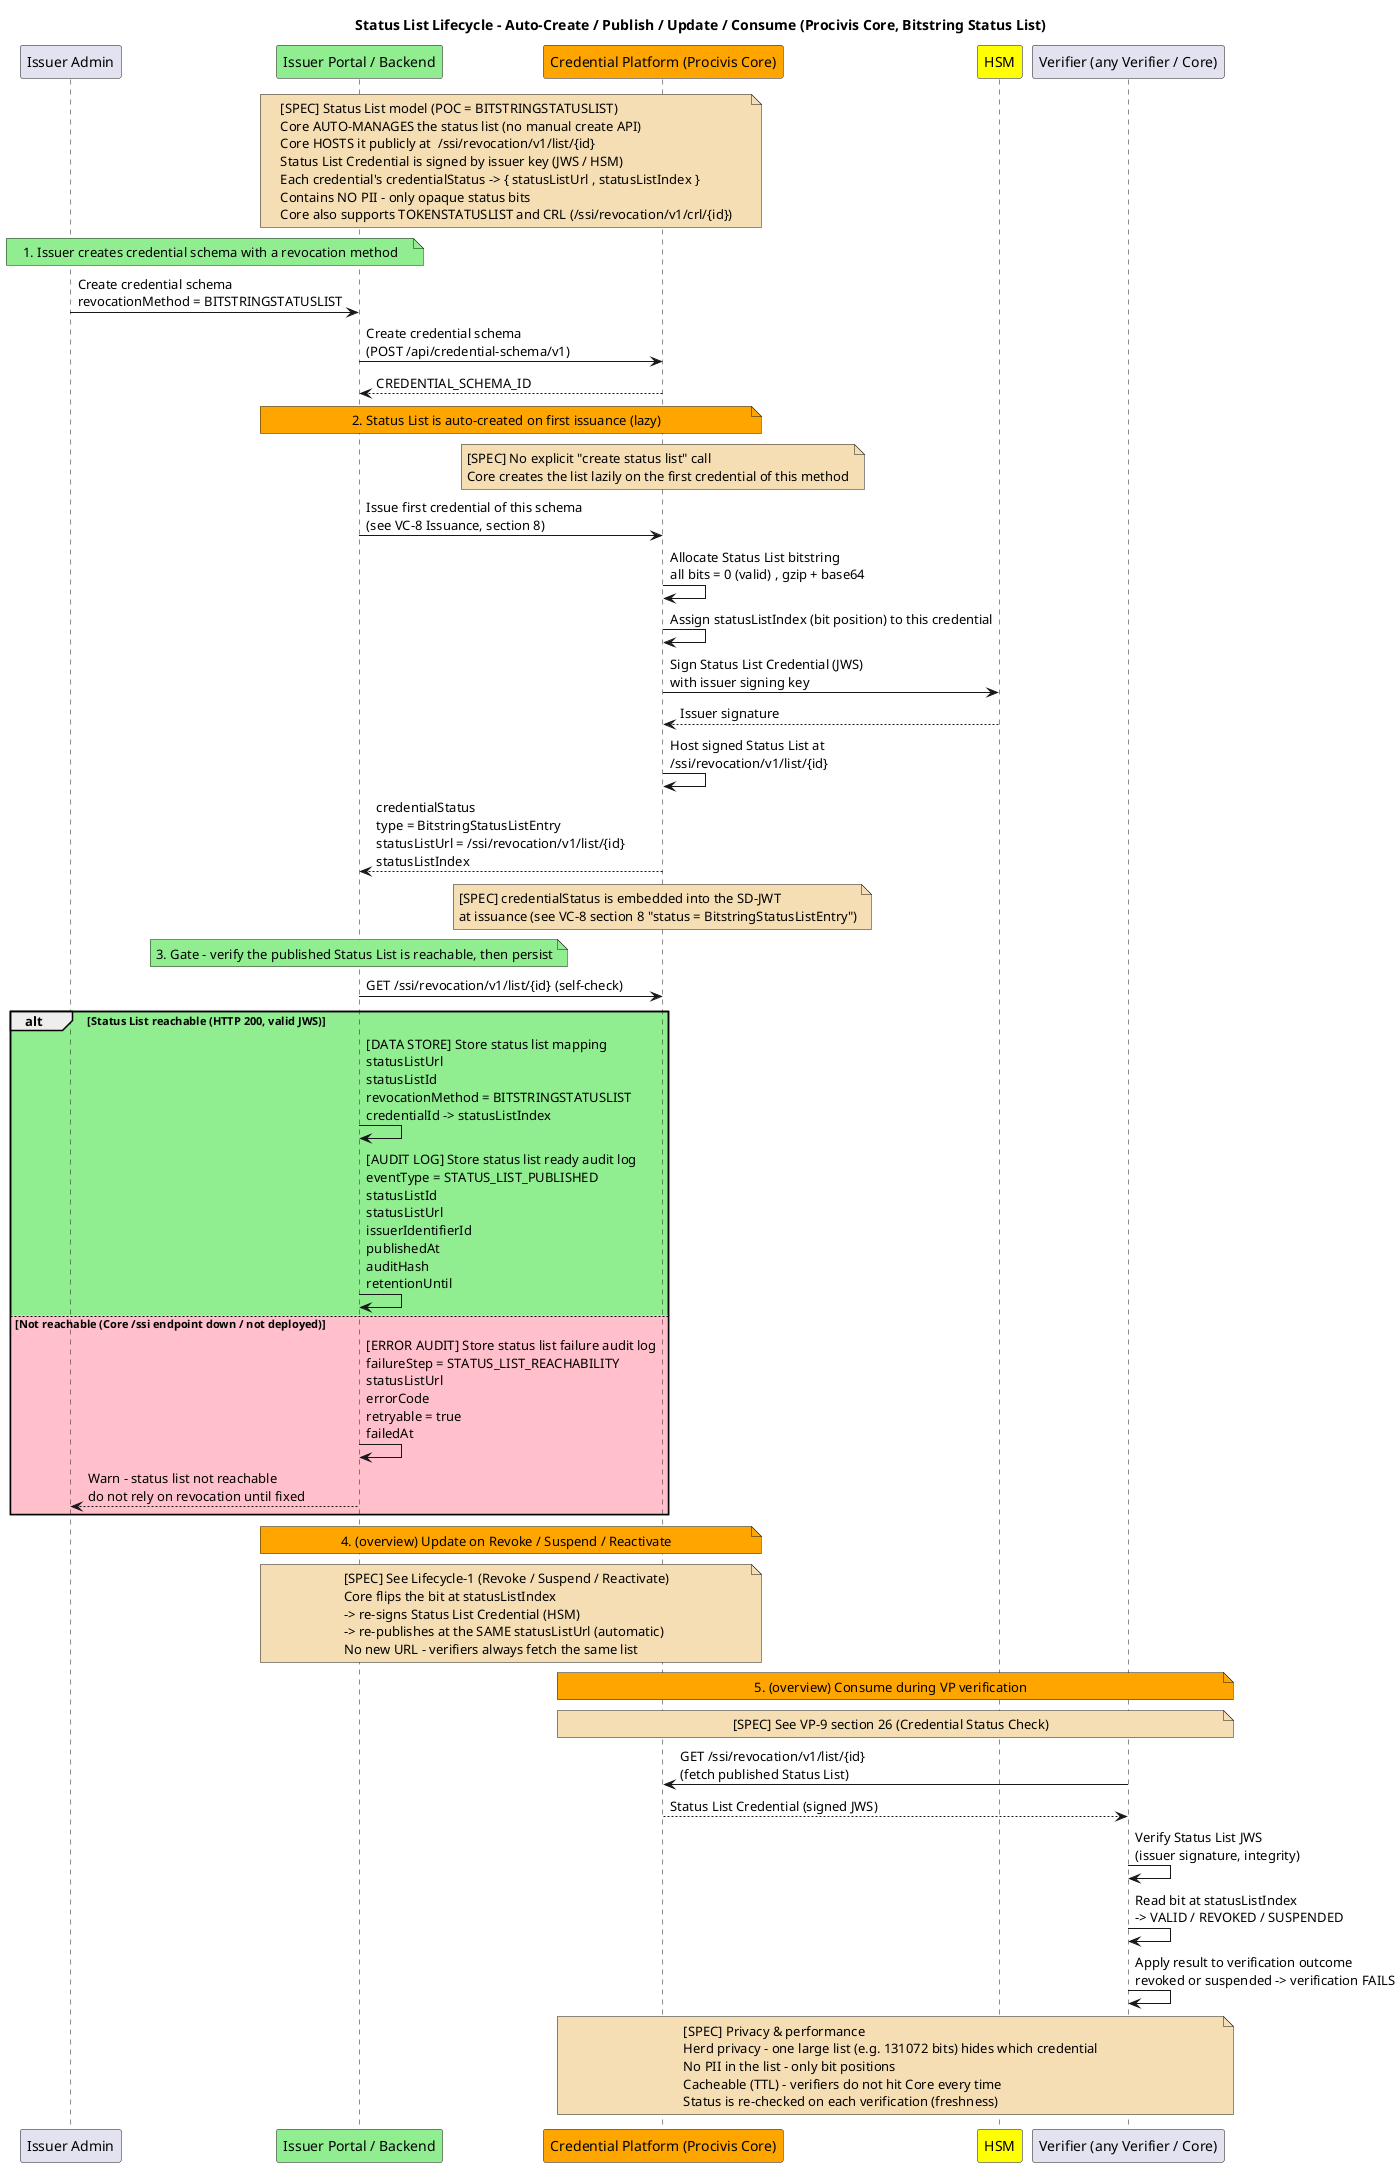
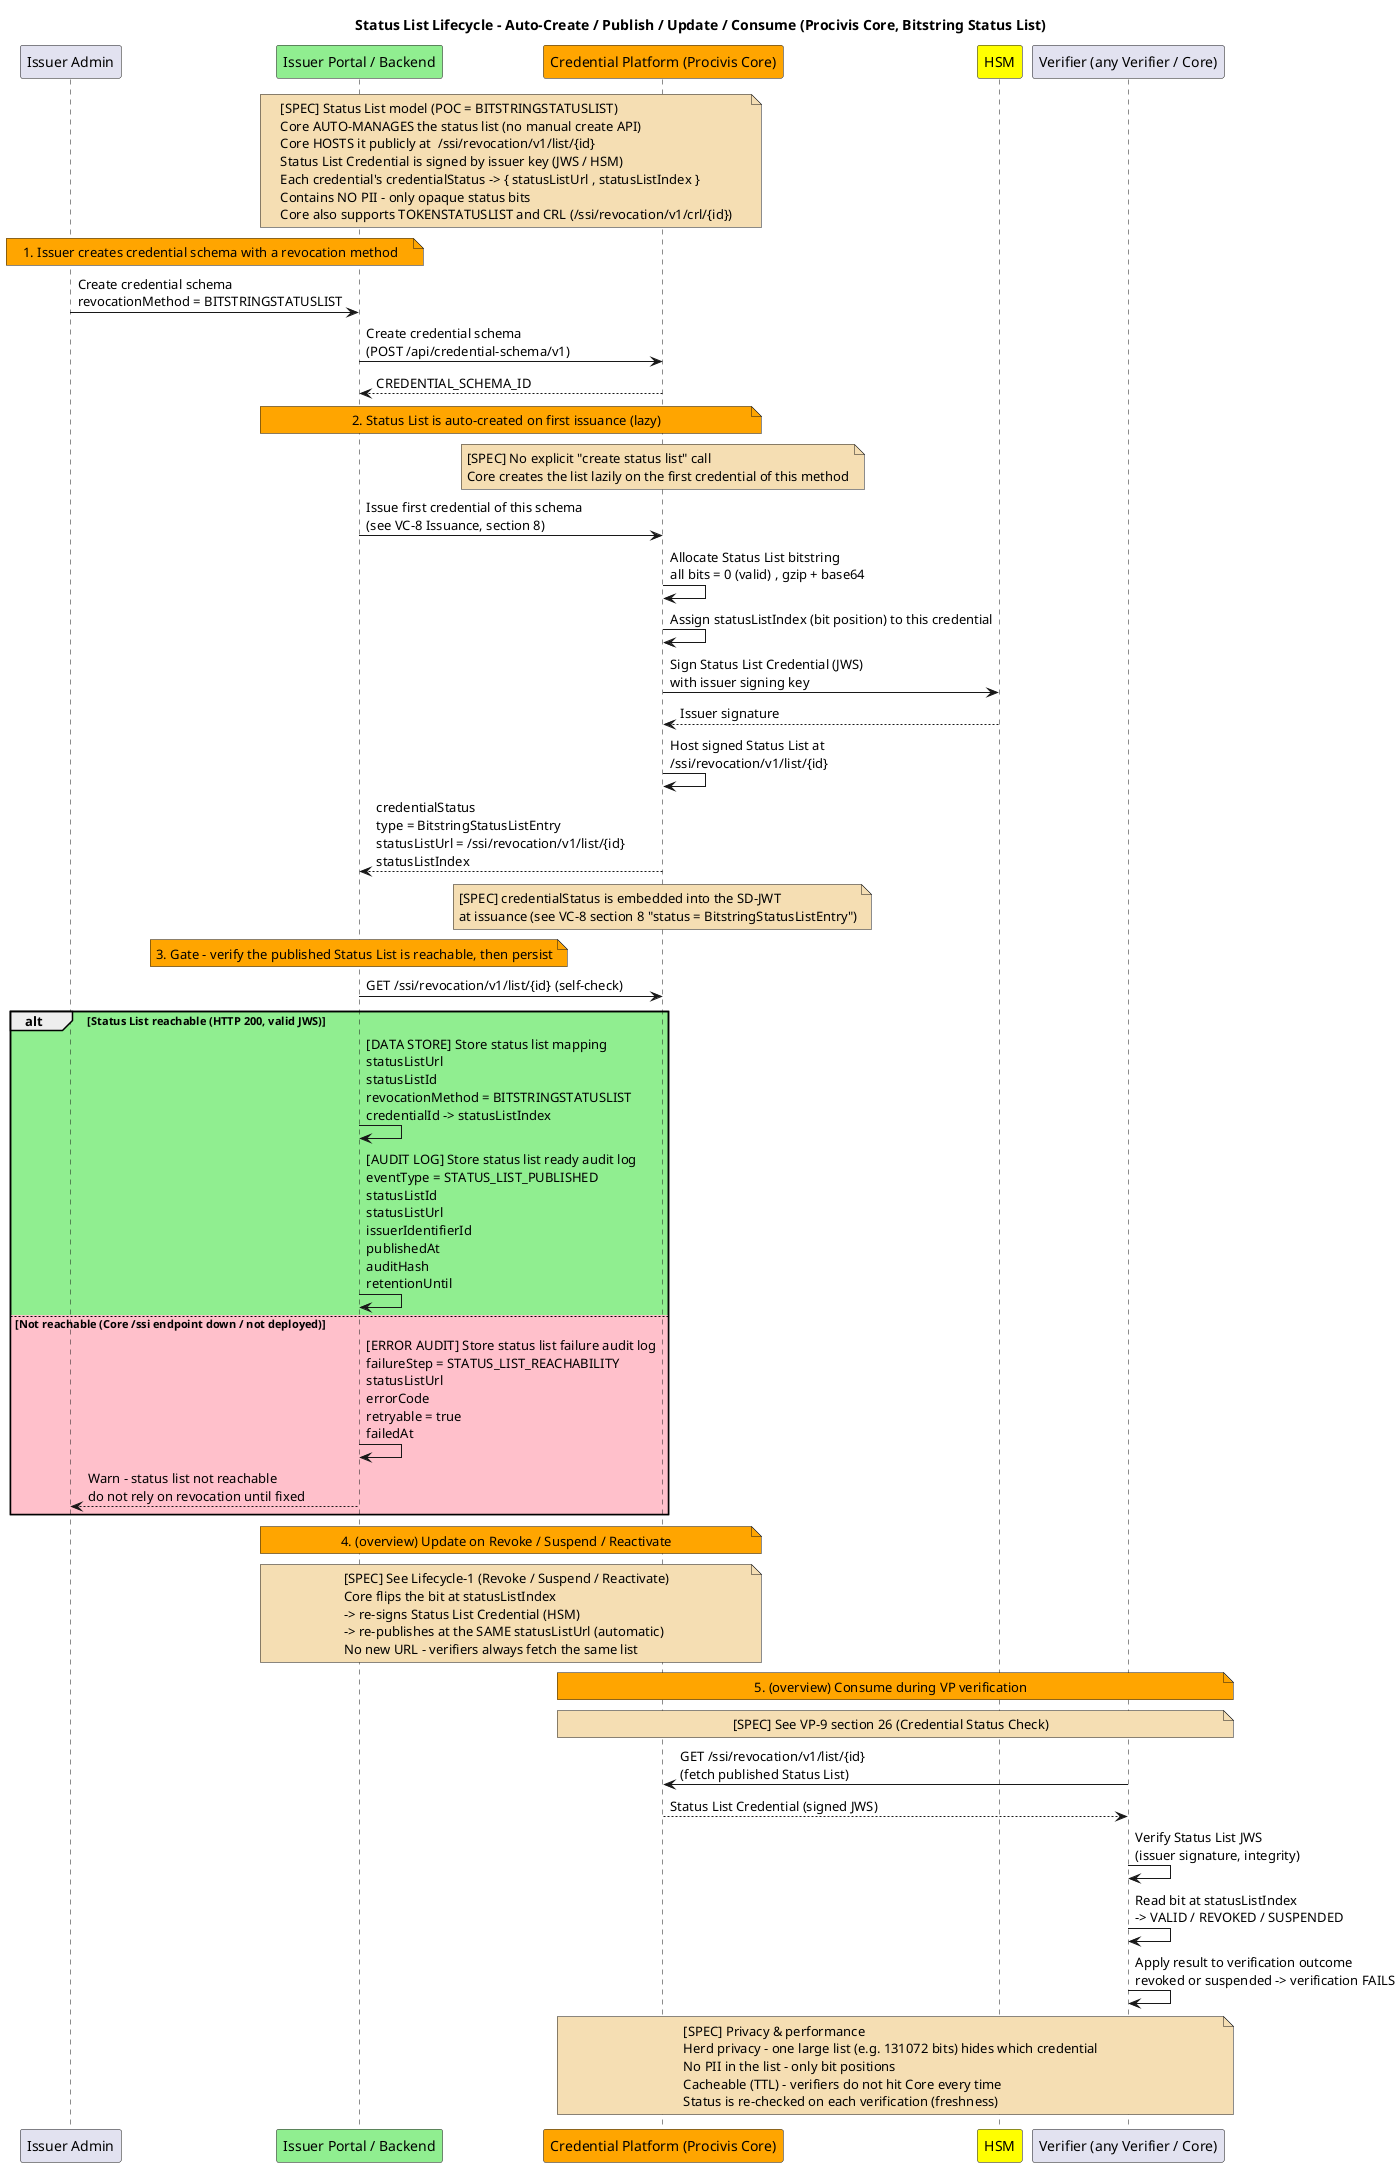
@startuml
title Status List Lifecycle - Auto-Create / Publish / Update / Consume (Procivis Core, Bitstring Status List)

participant "Issuer Admin" as Admin
participant "Issuer Portal / Backend" as Backend #lightgreen
participant "Credential Platform (Procivis Core)" as Core #orange
participant "HSM" as HSM #yellow
participant "Verifier (any Verifier / Core)" as Verifier

note over Backend,Core #wheat:[SPEC] Status List model (POC = BITSTRINGSTATUSLIST)\nCore AUTO-MANAGES the status list (no manual create API)\nCore HOSTS it publicly at  /ssi/revocation/v1/list/{id}\nStatus List Credential is signed by issuer key (JWS / HSM)\nEach credential's credentialStatus -> { statusListUrl , statusListIndex }\nContains NO PII - only opaque status bits\nCore also supports TOKENSTATUSLIST and CRL (/ssi/revocation/v1/crl/{id})

- note over Admin,Backend #lightgreen: 1. Issuer creates credential schema with a revocation method
+ note over Admin,Backend #orange: 1. Issuer creates credential schema with a revocation method
Admin->Backend: Create credential schema\nrevocationMethod = BITSTRINGSTATUSLIST
Backend->Core: Create credential schema\n(POST /api/credential-schema/v1)
Core-->Backend: CREDENTIAL_SCHEMA_ID

note over Backend,Core #orange: 2. Status List is auto-created on first issuance (lazy)
note over Core #wheat:[SPEC] No explicit "create status list" call\nCore creates the list lazily on the first credential of this method
Backend->Core: Issue first credential of this schema\n(see VC-8 Issuance, section 8)
Core->Core: Allocate Status List bitstring\nall bits = 0 (valid) , gzip + base64
Core->Core: Assign statusListIndex (bit position) to this credential
Core->HSM: Sign Status List Credential (JWS)\nwith issuer signing key
HSM-->Core: Issuer signature
Core->Core: Host signed Status List at\n/ssi/revocation/v1/list/{id}
Core-->Backend: credentialStatus\ntype = BitstringStatusListEntry\nstatusListUrl = /ssi/revocation/v1/list/{id}\nstatusListIndex

note over Core #wheat:[SPEC] credentialStatus is embedded into the SD-JWT\nat issuance (see VC-8 section 8 "status = BitstringStatusListEntry")

- note over Backend #lightgreen: 3. Gate - verify the published Status List is reachable, then persist
+ note over Backend #orange: 3. Gate - verify the published Status List is reachable, then persist
Backend->Core: GET /ssi/revocation/v1/list/{id} (self-check)
alt #lightgreen Status List reachable (HTTP 200, valid JWS)
    Backend->Backend: [DATA STORE] Store status list mapping\nstatusListUrl\nstatusListId\nrevocationMethod = BITSTRINGSTATUSLIST\ncredentialId -> statusListIndex
    Backend->Backend: [AUDIT LOG] Store status list ready audit log\neventType = STATUS_LIST_PUBLISHED\nstatusListId\nstatusListUrl\nissuerIdentifierId\npublishedAt\nauditHash\nretentionUntil
else #pink Not reachable (Core /ssi endpoint down / not deployed)
    Backend->Backend: [ERROR AUDIT] Store status list failure audit log\nfailureStep = STATUS_LIST_REACHABILITY\nstatusListUrl\nerrorCode\nretryable = true\nfailedAt
    Backend-->Admin: Warn - status list not reachable\ndo not rely on revocation until fixed
end

note over Backend,Core #orange: 4. (overview) Update on Revoke / Suspend / Reactivate
note over Backend,Core #wheat:[SPEC] See Lifecycle-1 (Revoke / Suspend / Reactivate)\nCore flips the bit at statusListIndex\n-> re-signs Status List Credential (HSM)\n-> re-publishes at the SAME statusListUrl (automatic)\nNo new URL - verifiers always fetch the same list

note over Verifier,Core #orange: 5. (overview) Consume during VP verification
note over Verifier,Core #wheat:[SPEC] See VP-9 section 26 (Credential Status Check)
Verifier->Core: GET /ssi/revocation/v1/list/{id}\n(fetch published Status List)
Core-->Verifier: Status List Credential (signed JWS)
Verifier->Verifier: Verify Status List JWS\n(issuer signature, integrity)
Verifier->Verifier: Read bit at statusListIndex\n-> VALID / REVOKED / SUSPENDED
Verifier->Verifier: Apply result to verification outcome\nrevoked or suspended -> verification FAILS

note over Verifier,Core #wheat:[SPEC] Privacy & performance\nHerd privacy - one large list (e.g. 131072 bits) hides which credential\nNo PII in the list - only bit positions\nCacheable (TTL) - verifiers do not hit Core every time\nStatus is re-checked on each verification (freshness)

@enduml